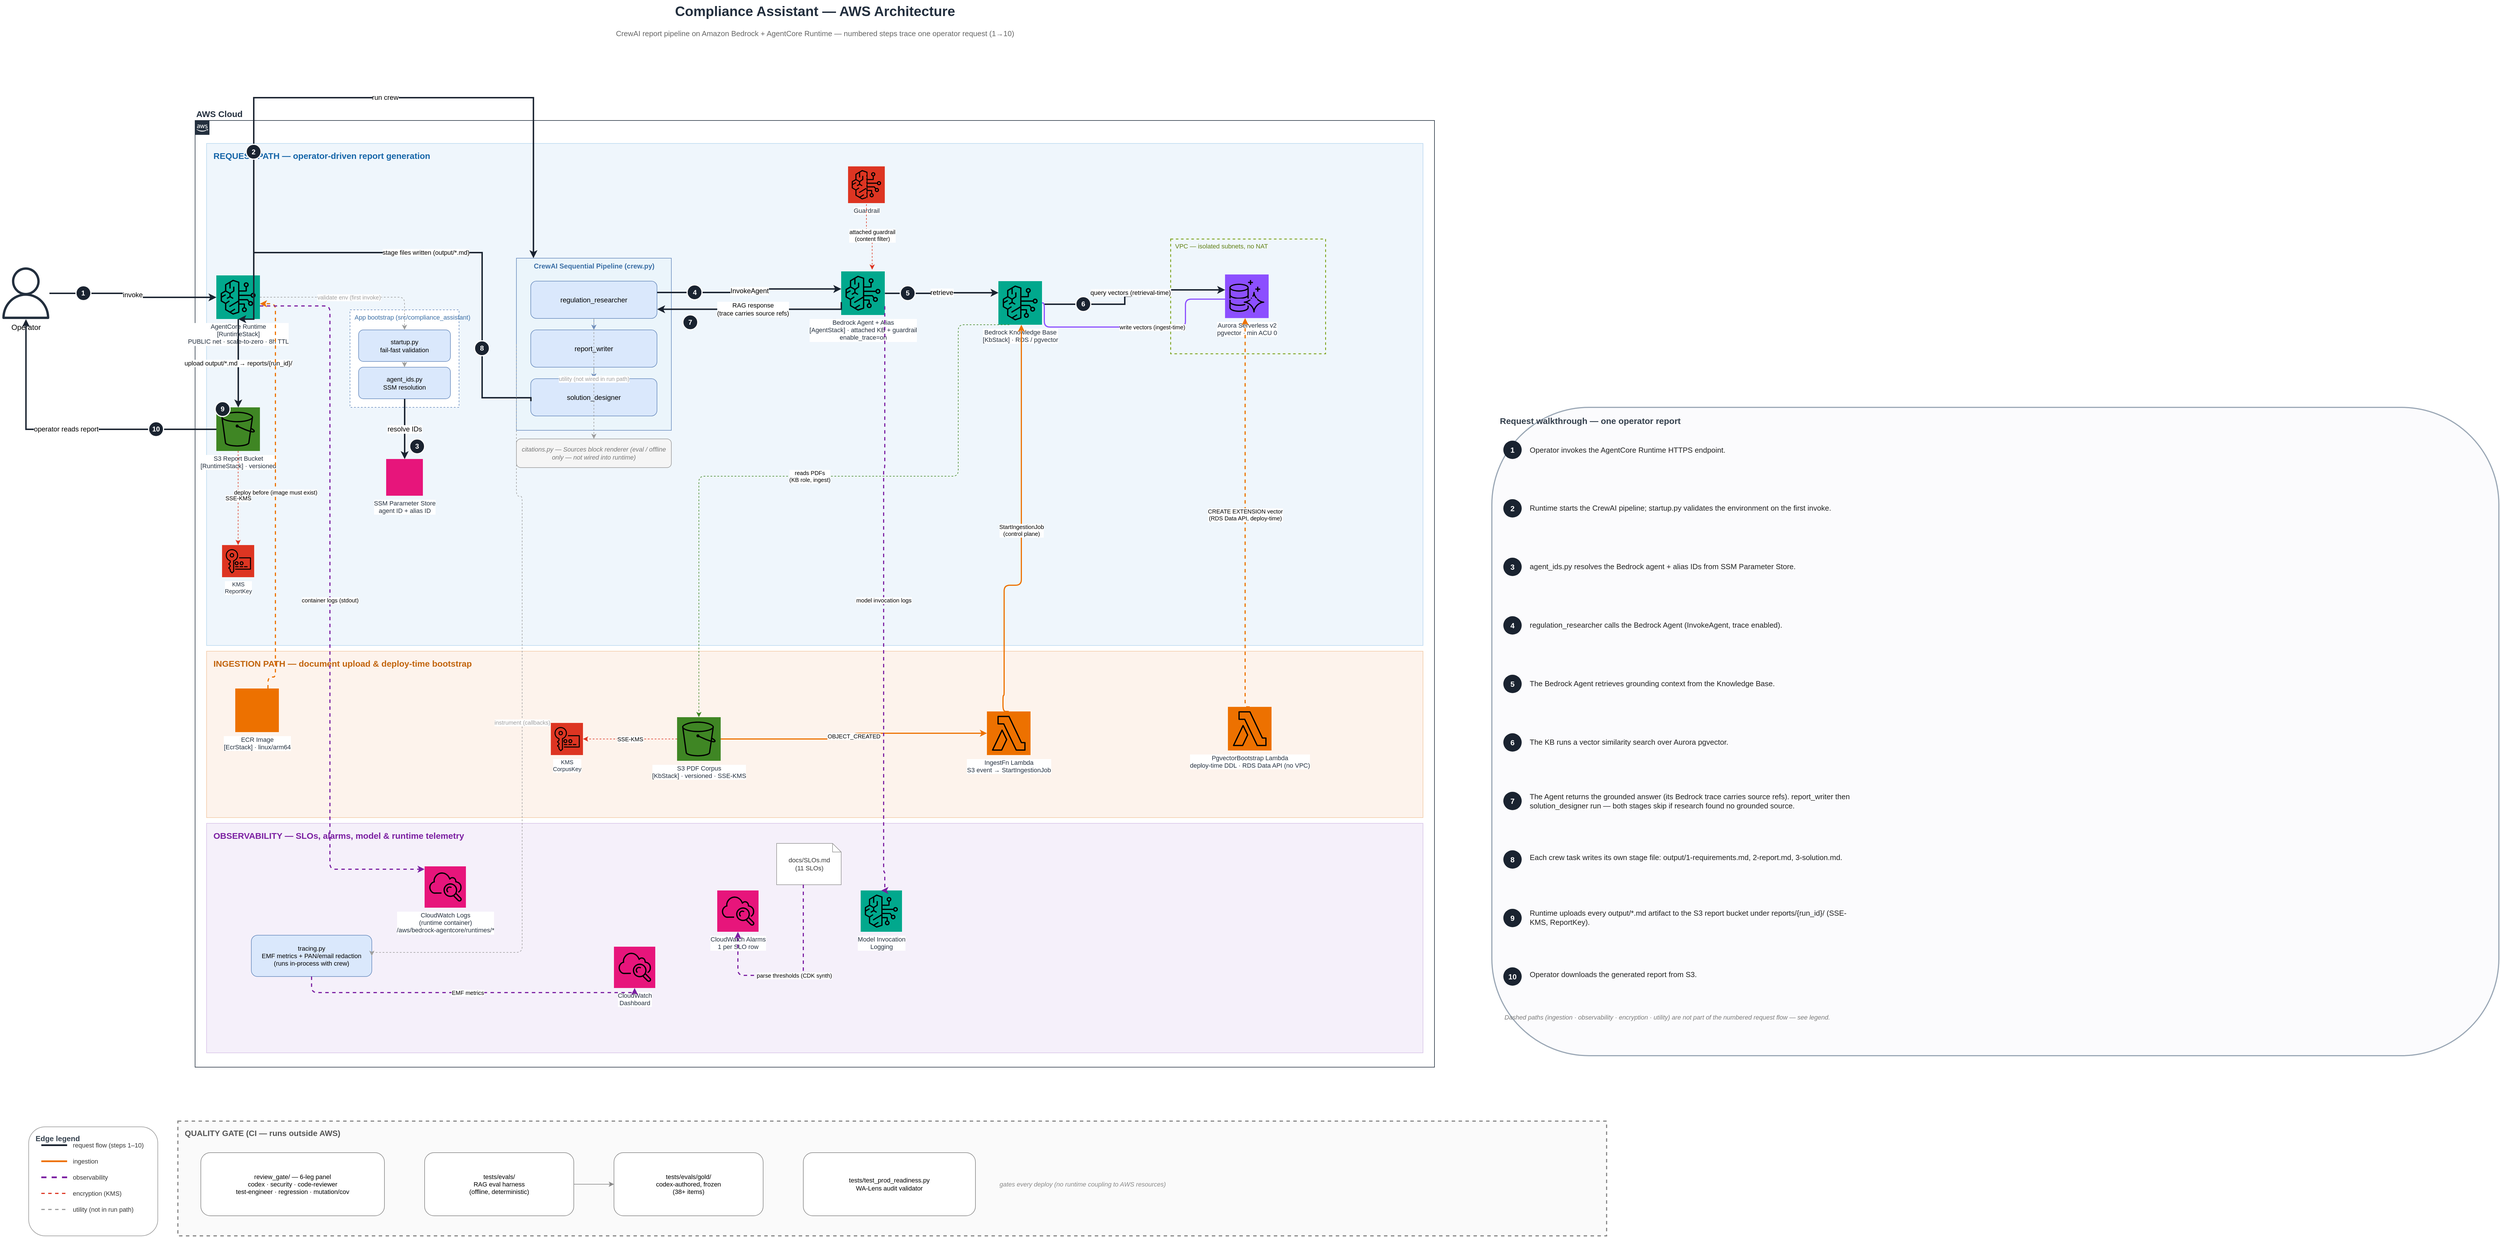
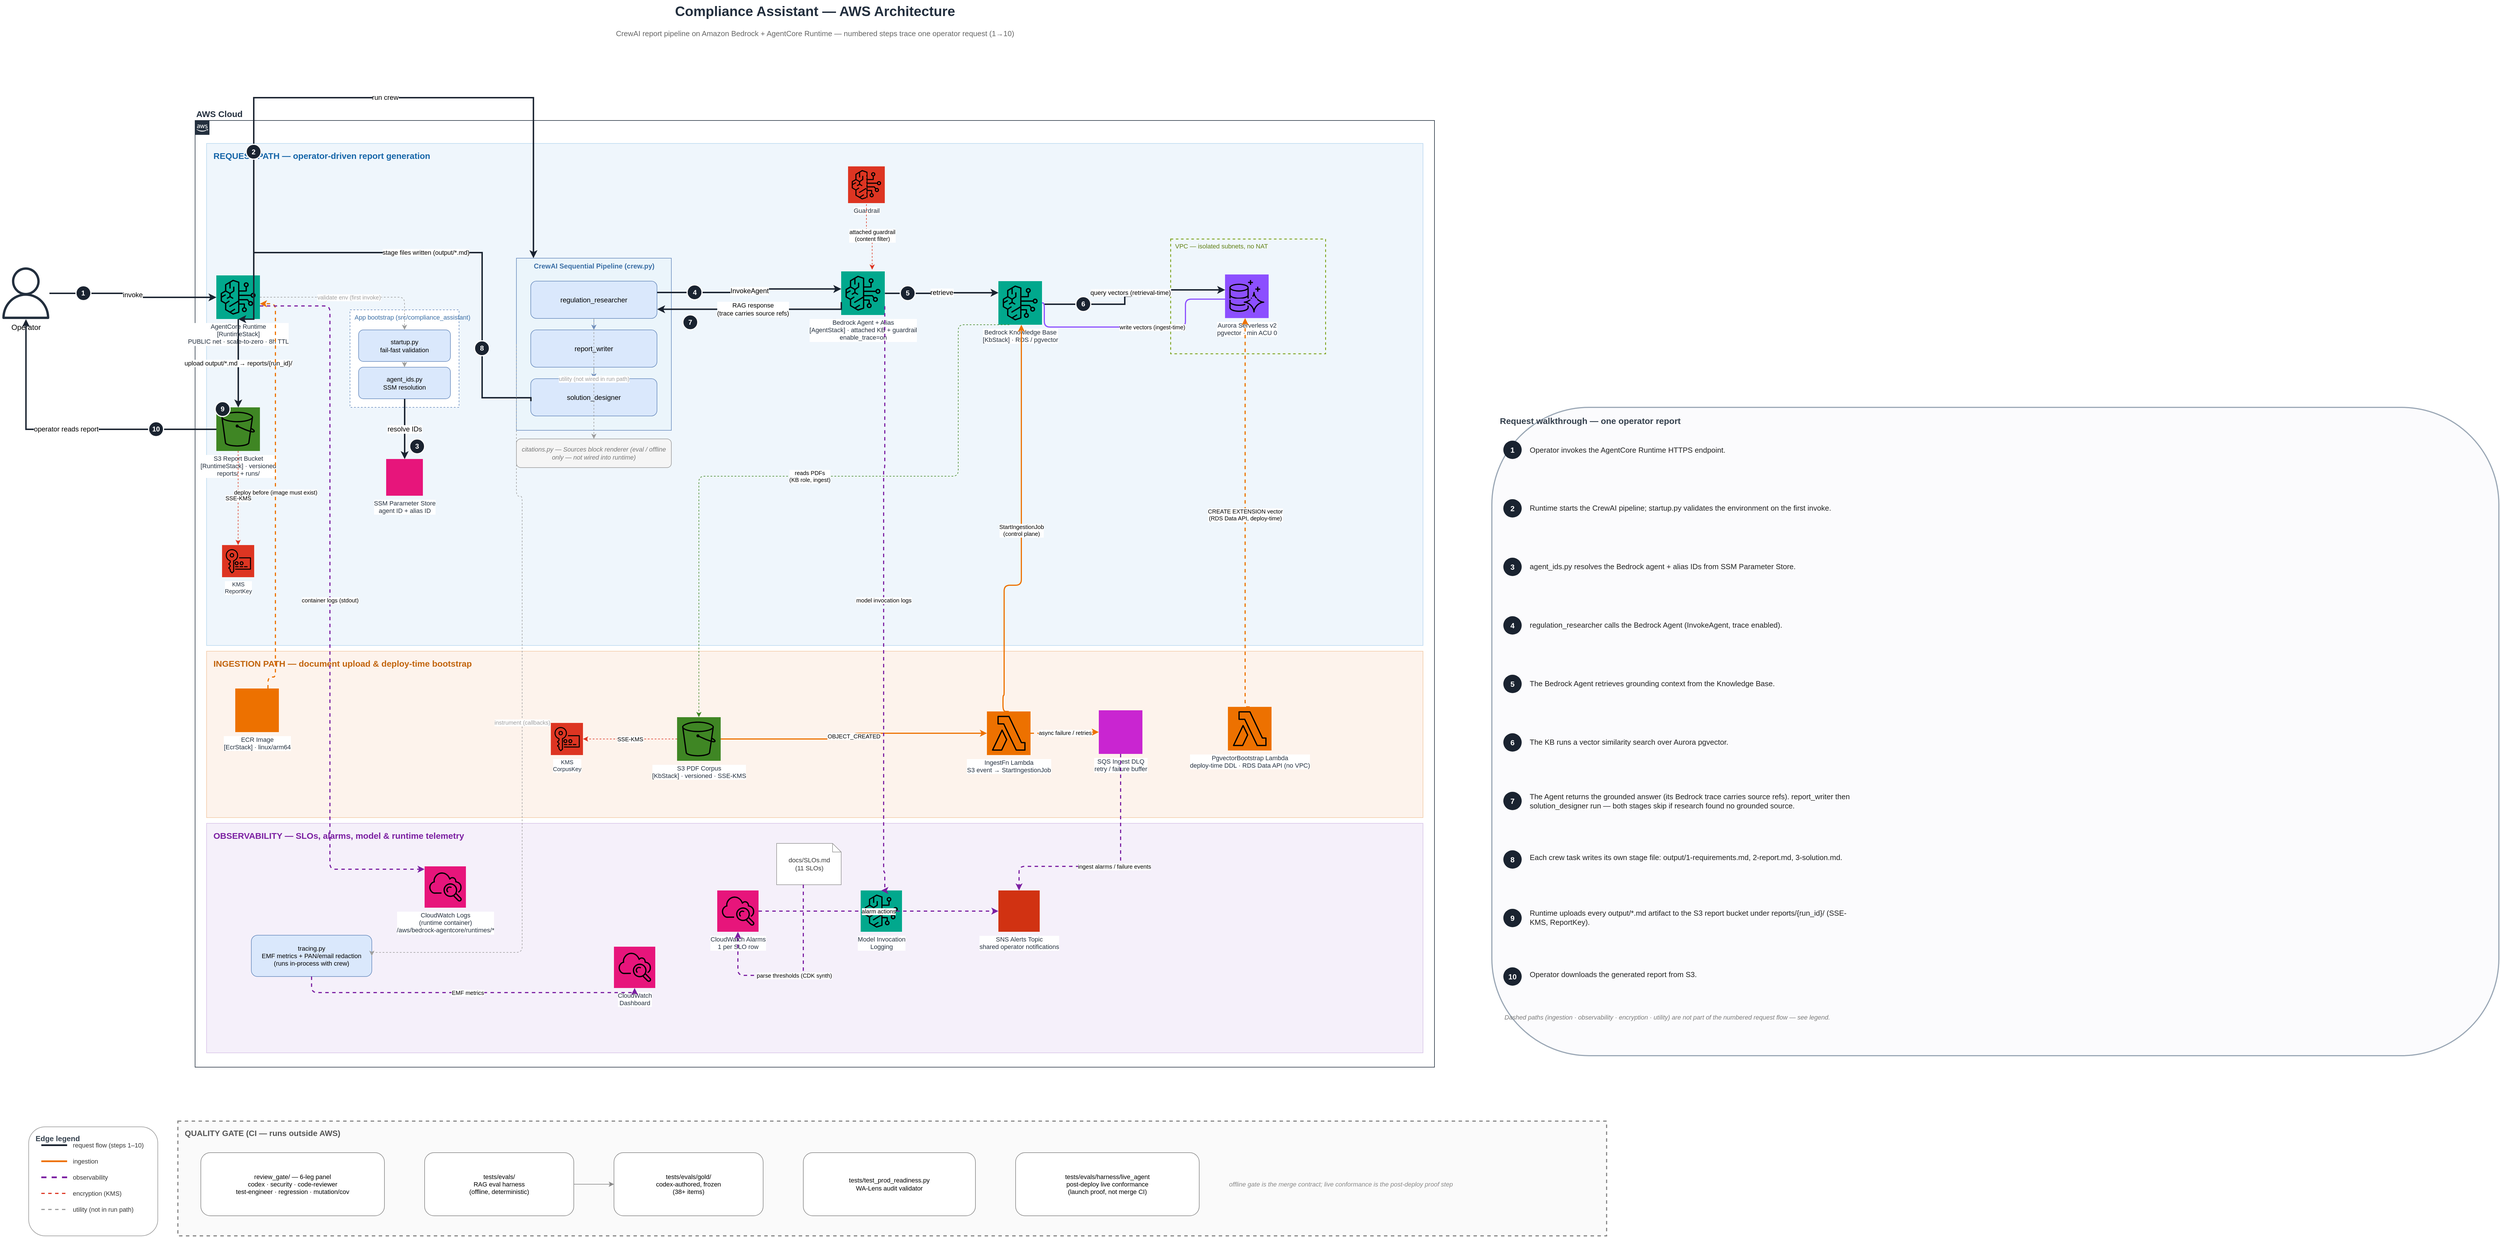
<mxfile host="Electron" agent="Mozilla/5.0 (Windows NT 10.0; Win64; x64) AppleWebKit/537.36 (KHTML, like Gecko) draw.io/29.0.3 Chrome/140.0.7339.249 Electron/38.7.0 Safari/537.36" version="29.0.3">
  <diagram name="Compliance Assistant — AWS Architecture" id="0">
    <mxGraphModel dx="7430" dy="3964" grid="1" gridSize="10" guides="1" tooltips="1" connect="1" arrows="1" fold="1" page="1" pageScale="1" pageWidth="2820" pageHeight="1560" math="0" shadow="0">
      <root>
        <mxCell id="0" />
        <mxCell id="1" parent="0" />
        <mxCell id="title" value="Compliance Assistant — AWS Architecture" style="text;html=1;align=center;verticalAlign=middle;fontSize=24;fontStyle=1;fontColor=#232F3E;" parent="1" vertex="1">
          <mxGeometry x="-740" y="610" width="1000" height="40" as="geometry" />
        </mxCell>
        <mxCell id="subtitle" value="CrewAI report pipeline on Amazon Bedrock + AgentCore Runtime — numbered steps trace one operator request (1→10)" style="text;html=1;align=center;verticalAlign=middle;fontSize=13;fontColor=#666666;" parent="1" vertex="1">
          <mxGeometry x="-790" y="656" width="1100" height="24" as="geometry" />
        </mxCell>
        <mxCell id="cloud" value="AWS Cloud" style="shape=mxgraph.aws4.group;grIcon=mxgraph.aws4.group_aws_cloud_alt;strokeColor=#232F3E;fillColor=none;verticalLabelPosition=top;verticalAlign=bottom;align=left;html=1;fontSize=15;fontStyle=1;fontColor=#232F3E;dashed=0;" parent="1" vertex="1">
          <mxGeometry x="-1320" y="820" width="2160" height="1650" as="geometry" />
        </mxCell>
        <mxCell id="band2" value="INGESTION PATH — document upload &amp; deploy-time bootstrap" style="rounded=0;html=1;fillColor=#FDF3EC;strokeColor=#F3CBA8;dashed=0;verticalAlign=top;align=left;fontSize=15;fontStyle=1;fontColor=#C2640C;spacingLeft=10;spacingTop=6;" parent="1" vertex="1">
          <mxGeometry x="-1300" y="1745" width="2120" height="290" as="geometry" />
        </mxCell>
        <mxCell id="band3" value="OBSERVABILITY — SLOs, alarms, model &amp; runtime telemetry" style="rounded=0;html=1;fillColor=#F5F0FA;strokeColor=#D8C4E8;dashed=0;verticalAlign=top;align=left;fontSize=15;fontStyle=1;fontColor=#7B1FA2;spacingLeft=10;spacingTop=6;" parent="1" vertex="1">
          <mxGeometry x="-1300" y="2045" width="2120" height="400" as="geometry" />
        </mxCell>
        <mxCell id="band1" value="REQUEST PATH — operator-driven report generation" style="rounded=0;html=1;fillColor=#EFF6FC;strokeColor=#BBD9F0;dashed=0;verticalAlign=top;align=left;fontSize=15;fontStyle=1;fontColor=#1565A8;spacingLeft=10;spacingTop=6;" parent="1" vertex="1">
          <mxGeometry x="-1300" y="860" width="2120" height="875" as="geometry" />
        </mxCell>
        <mxCell id="op" value="Operator" style="shape=mxgraph.aws4.user;sketch=0;html=1;pointerEvents=1;dashed=0;fillColor=#232F3E;strokeColor=none;verticalLabelPosition=bottom;verticalAlign=top;align=center;outlineConnect=0;fontSize=13;" parent="1" vertex="1">
          <mxGeometry x="-1660" y="1076" width="90" height="90" as="geometry" />
        </mxCell>
-         <mxCell id="s3-report" value="S3 Report Bucket&#xa;[RuntimeStack] · versioned" style="outlineConnect=0;fontColor=#232F3E;strokeColor=none;fillColor=#3F8624;labelBackgroundColor=#ffffff;align=center;html=1;fontSize=11;aspect=fixed;shape=mxgraph.aws4.resourceIcon;resIcon=mxgraph.aws4.s3;verticalLabelPosition=bottom;verticalAlign=top;" parent="1" vertex="1">
+         <mxCell id="s3-report" value="S3 Report Bucket&#xa;[RuntimeStack] · versioned&#xa;reports/ + runs/" style="outlineConnect=0;fontColor=#232F3E;strokeColor=none;fillColor=#3F8624;labelBackgroundColor=#ffffff;align=center;html=1;fontSize=11;aspect=fixed;shape=mxgraph.aws4.resourceIcon;resIcon=mxgraph.aws4.s3;verticalLabelPosition=bottom;verticalAlign=top;" parent="1" vertex="1">
          <mxGeometry x="-1283" y="1320" width="76" height="76" as="geometry" />
        </mxCell>
        <mxCell id="ac-runtime" value="AgentCore Runtime&#xa;[RuntimeStack]&#xa;PUBLIC net · scale-to-zero · 8h TTL" style="outlineConnect=0;fontColor=#232F3E;strokeColor=none;fillColor=#01A88D;labelBackgroundColor=#ffffff;align=center;html=1;fontSize=11;aspect=fixed;shape=mxgraph.aws4.resourceIcon;resIcon=mxgraph.aws4.bedrock;verticalLabelPosition=bottom;verticalAlign=top;" parent="1" vertex="1">
          <mxGeometry x="-1283" y="1090" width="76" height="76" as="geometry" />
        </mxCell>
        <mxCell id="report-kms" value="KMS&#xa;ReportKey" style="outlineConnect=0;fontColor=#232F3E;strokeColor=none;fillColor=#DD3522;labelBackgroundColor=#ffffff;align=center;html=1;fontSize=10;aspect=fixed;shape=mxgraph.aws4.resourceIcon;resIcon=mxgraph.aws4.key_management_service;verticalLabelPosition=bottom;verticalAlign=top;" parent="1" vertex="1">
          <mxGeometry x="-1273" y="1560" width="56" height="56" as="geometry" />
        </mxCell>
        <mxCell id="boot-box" value="App bootstrap (src/compliance_assistant)" style="rounded=0;html=1;container=1;collapsible=0;verticalAlign=top;align=left;fillColor=#ffffff;dashed=1;strokeColor=#6c8ebf;fontSize=11;fontColor=#3A6EA5;spacingLeft=6;" parent="1" vertex="1">
          <mxGeometry x="-1050" y="1150" width="190" height="170" as="geometry" />
        </mxCell>
        <mxCell id="startup" value="startup.py&#xa;fail-fast validation" style="rounded=1;whiteSpace=wrap;html=1;fillColor=#dae8fc;strokeColor=#6c8ebf;fontSize=11;" parent="boot-box" vertex="1">
          <mxGeometry x="15" y="35" width="160" height="55" as="geometry" />
        </mxCell>
        <mxCell id="agent-ids" value="agent_ids.py&#xa;SSM resolution" style="rounded=1;whiteSpace=wrap;html=1;fillColor=#dae8fc;strokeColor=#6c8ebf;fontSize=11;" parent="boot-box" vertex="1">
          <mxGeometry x="15" y="100" width="160" height="55" as="geometry" />
        </mxCell>
        <mxCell id="e-boot" value="" style="edgeStyle=orthogonalEdgeStyle;html=1;strokeColor=#9E9E9E;dashed=1;" parent="1" source="startup" target="agent-ids" edge="1">
          <mxGeometry relative="1" as="geometry" />
        </mxCell>
        <mxCell id="ssm" value="SSM Parameter Store&#xa;agent ID + alias ID" style="outlineConnect=0;fontColor=#232F3E;strokeColor=none;fillColor=#E7157B;labelBackgroundColor=#ffffff;align=center;html=1;fontSize=11;aspect=fixed;shape=mxgraph.aws4.resourceIcon;resIcon=mxgraph.aws4.systems_manager_parameter_store;verticalLabelPosition=bottom;verticalAlign=top;" parent="1" vertex="1">
          <mxGeometry x="-987" y="1410" width="64" height="64" as="geometry" />
        </mxCell>
        <mxCell id="crew-box" value="CrewAI Sequential Pipeline (crew.py)" style="rounded=0;html=1;container=1;collapsible=0;verticalAlign=top;align=center;fillColor=#EBF5FB;strokeColor=#6c8ebf;fontSize=12;fontStyle=1;fontColor=#3A6EA5;" parent="1" vertex="1">
          <mxGeometry x="-760" y="1060" width="270" height="300" as="geometry" />
        </mxCell>
        <mxCell id="agent-researcher" value="regulation_researcher" style="rounded=1;whiteSpace=wrap;html=1;fillColor=#dae8fc;strokeColor=#6c8ebf;fontSize=12;" parent="crew-box" vertex="1">
          <mxGeometry x="25" y="40" width="220" height="65" as="geometry" />
        </mxCell>
        <mxCell id="agent-writer" value="report_writer" style="rounded=1;whiteSpace=wrap;html=1;fillColor=#dae8fc;strokeColor=#6c8ebf;fontSize=12;" parent="crew-box" vertex="1">
          <mxGeometry x="25" y="125" width="220" height="65" as="geometry" />
        </mxCell>
        <mxCell id="agent-designer" value="solution_designer" style="rounded=1;whiteSpace=wrap;html=1;fillColor=#dae8fc;strokeColor=#6c8ebf;fontSize=12;" parent="crew-box" vertex="1">
          <mxGeometry x="25" y="210" width="220" height="65" as="geometry" />
        </mxCell>
        <mxCell id="ea" value="" style="edgeStyle=orthogonalEdgeStyle;html=1;strokeColor=#6c8ebf;" parent="crew-box" source="agent-researcher" target="agent-writer" edge="1">
          <mxGeometry relative="1" as="geometry" />
        </mxCell>
        <mxCell id="eb" value="" style="edgeStyle=orthogonalEdgeStyle;html=1;strokeColor=#6c8ebf;" parent="crew-box" source="agent-writer" target="agent-designer" edge="1">
          <mxGeometry relative="1" as="geometry" />
        </mxCell>
        <mxCell id="citations" value="citations.py — Sources block renderer  (eval / offline only — not wired into runtime)" style="rounded=1;whiteSpace=wrap;html=1;fillColor=#f5f5f5;strokeColor=#9E9E9E;fontColor=#777777;fontSize=11;fontStyle=2;" parent="1" vertex="1">
          <mxGeometry x="-760" y="1375" width="270" height="50" as="geometry" />
        </mxCell>
        <mxCell id="br-agent" value="Bedrock Agent + Alias&#xa;[AgentStack] · attached KB + guardrail&#xa;enable_trace=on" style="outlineConnect=0;fontColor=#232F3E;strokeColor=none;fillColor=#01A88D;labelBackgroundColor=#ffffff;align=center;html=1;fontSize=11;aspect=fixed;shape=mxgraph.aws4.resourceIcon;resIcon=mxgraph.aws4.bedrock;verticalLabelPosition=bottom;verticalAlign=top;" parent="1" vertex="1">
          <mxGeometry x="-194" y="1083" width="76" height="76" as="geometry" />
        </mxCell>
        <mxCell id="br-guardrail" value="Guardrail" style="outlineConnect=0;fontColor=#232F3E;strokeColor=none;fillColor=#DD3522;labelBackgroundColor=#ffffff;align=center;html=1;fontSize=11;aspect=fixed;shape=mxgraph.aws4.resourceIcon;resIcon=mxgraph.aws4.bedrock;verticalLabelPosition=bottom;verticalAlign=top;" parent="1" vertex="1">
          <mxGeometry x="-182" y="900" width="64" height="64" as="geometry" />
        </mxCell>
        <mxCell id="br-kb" value="Bedrock Knowledge Base&#xa;[KbStack] · RDS / pgvector" style="outlineConnect=0;fontColor=#232F3E;strokeColor=none;fillColor=#01A88D;labelBackgroundColor=#ffffff;align=center;html=1;fontSize=11;aspect=fixed;shape=mxgraph.aws4.resourceIcon;resIcon=mxgraph.aws4.bedrock;verticalLabelPosition=bottom;verticalAlign=top;" parent="1" vertex="1">
          <mxGeometry x="80" y="1100" width="76" height="76" as="geometry" />
        </mxCell>
        <mxCell id="vpc-group" value="VPC — isolated subnets, no NAT" style="rounded=0;html=1;container=1;collapsible=0;verticalAlign=top;align=left;fillColor=none;dashed=1;strokeColor=#7AA116;strokeWidth=1.5;fontColor=#5F7F12;fontSize=11;spacingLeft=6;" parent="1" vertex="1">
          <mxGeometry x="380" y="1026.4" width="270" height="200" as="geometry" />
        </mxCell>
        <mxCell id="aurora" value="Aurora Serverless v2&#xa;pgvector · min ACU 0" style="outlineConnect=0;fontColor=#232F3E;strokeColor=none;fillColor=#8C4FFF;labelBackgroundColor=#ffffff;align=center;html=1;fontSize=11;aspect=fixed;shape=mxgraph.aws4.resourceIcon;resIcon=mxgraph.aws4.aurora;verticalLabelPosition=bottom;verticalAlign=top;" parent="vpc-group" vertex="1">
          <mxGeometry x="95" y="62" width="76" height="76" as="geometry" />
        </mxCell>
        <mxCell id="ecr" value="ECR Image&#xa;[EcrStack] · linux/arm64" style="outlineConnect=0;fontColor=#232F3E;strokeColor=none;fillColor=#ED7100;labelBackgroundColor=#ffffff;align=center;html=1;fontSize=11;aspect=fixed;shape=mxgraph.aws4.resourceIcon;resIcon=mxgraph.aws4.elastic_container_registry;verticalLabelPosition=bottom;verticalAlign=top;" parent="1" vertex="1">
          <mxGeometry x="-1250" y="1810" width="76" height="76" as="geometry" />
        </mxCell>
        <mxCell id="corpus-kms" value="KMS&#xa;CorpusKey" style="outlineConnect=0;fontColor=#232F3E;strokeColor=none;fillColor=#DD3522;labelBackgroundColor=#ffffff;align=center;html=1;fontSize=10;aspect=fixed;shape=mxgraph.aws4.resourceIcon;resIcon=mxgraph.aws4.key_management_service;verticalLabelPosition=bottom;verticalAlign=top;" parent="1" vertex="1">
          <mxGeometry x="-700" y="1870" width="56" height="56" as="geometry" />
        </mxCell>
        <mxCell id="s3-corpus" value="S3 PDF Corpus&#xa;[KbStack] · versioned · SSE-KMS" style="outlineConnect=0;fontColor=#232F3E;strokeColor=none;fillColor=#3F8624;labelBackgroundColor=#ffffff;align=center;html=1;fontSize=11;aspect=fixed;shape=mxgraph.aws4.resourceIcon;resIcon=mxgraph.aws4.s3;verticalLabelPosition=bottom;verticalAlign=top;" parent="1" vertex="1">
          <mxGeometry x="-480" y="1860" width="76" height="76" as="geometry" />
        </mxCell>
        <mxCell id="ingest-fn" value="IngestFn Lambda&#xa;S3 event → StartIngestionJob" style="outlineConnect=0;fontColor=#232F3E;strokeColor=none;fillColor=#ED7100;labelBackgroundColor=#ffffff;align=center;html=1;fontSize=11;aspect=fixed;shape=mxgraph.aws4.resourceIcon;resIcon=mxgraph.aws4.lambda;verticalLabelPosition=bottom;verticalAlign=top;" parent="1" vertex="1">
          <mxGeometry x="60" y="1850" width="76" height="76" as="geometry" />
        </mxCell>
+         <mxCell id="ingest-dlq" value="SQS Ingest DLQ&#xa;retry / failure buffer" style="outlineConnect=0;fontColor=#232F3E;strokeColor=none;fillColor=#C925D1;labelBackgroundColor=#ffffff;align=center;html=1;fontSize=11;aspect=fixed;shape=mxgraph.aws4.resourceIcon;resIcon=mxgraph.aws4.simple_queue_service;verticalLabelPosition=bottom;verticalAlign=top;" parent="1" vertex="1">
+           <mxGeometry x="255" y="1848" width="76" height="76" as="geometry" />
+         </mxCell>
        <mxCell id="pgvector-boot" value="PgvectorBootstrap Lambda&#xa;deploy-time DDL · RDS Data API (no VPC)" style="outlineConnect=0;fontColor=#232F3E;strokeColor=none;fillColor=#ED7100;labelBackgroundColor=#ffffff;align=center;html=1;fontSize=11;aspect=fixed;shape=mxgraph.aws4.resourceIcon;resIcon=mxgraph.aws4.lambda;verticalLabelPosition=bottom;verticalAlign=top;" parent="1" vertex="1">
          <mxGeometry x="480" y="1842" width="76" height="76" as="geometry" />
        </mxCell>
        <mxCell id="slos-doc" value="docs/SLOs.md&#xa;(11 SLOs)" style="shape=note;whiteSpace=wrap;html=1;backgroundOutline=1;size=15;fillColor=#ffffff;strokeColor=#999999;fontColor=#333333;fontSize=11;align=center;" parent="1" vertex="1">
          <mxGeometry x="-306.5" y="2080" width="112.5" height="72" as="geometry" />
        </mxCell>
        <mxCell id="tracing" value="tracing.py&#xa;EMF metrics + PAN/email redaction&#xa;(runs in-process with crew)" style="rounded=1;whiteSpace=wrap;html=1;fillColor=#dae8fc;strokeColor=#6c8ebf;fontSize=11;" parent="1" vertex="1">
          <mxGeometry x="-1222" y="2240" width="210" height="72" as="geometry" />
        </mxCell>
        <mxCell id="ac-obs" value="CloudWatch Logs&#xa;(runtime container)&#xa;/aws/bedrock-agentcore/runtimes/*" style="outlineConnect=0;fontColor=#232F3E;strokeColor=none;fillColor=#E7157B;labelBackgroundColor=#ffffff;align=center;html=1;fontSize=11;aspect=fixed;shape=mxgraph.aws4.resourceIcon;resIcon=mxgraph.aws4.cloudwatch;verticalLabelPosition=bottom;verticalAlign=top;" parent="1" vertex="1">
          <mxGeometry x="-920" y="2120" width="72" height="72" as="geometry" />
        </mxCell>
        <mxCell id="cw-dash" value="CloudWatch&#xa;Dashboard" style="outlineConnect=0;fontColor=#232F3E;strokeColor=none;fillColor=#E7157B;labelBackgroundColor=#ffffff;align=center;html=1;fontSize=11;aspect=fixed;shape=mxgraph.aws4.resourceIcon;resIcon=mxgraph.aws4.cloudwatch;verticalLabelPosition=bottom;verticalAlign=top;" parent="1" vertex="1">
          <mxGeometry x="-590" y="2260" width="72" height="72" as="geometry" />
        </mxCell>
        <mxCell id="cw-alarms" value="CloudWatch Alarms&#xa;1 per SLO row" style="outlineConnect=0;fontColor=#232F3E;strokeColor=none;fillColor=#E7157B;labelBackgroundColor=#ffffff;align=center;html=1;fontSize=11;aspect=fixed;shape=mxgraph.aws4.resourceIcon;resIcon=mxgraph.aws4.cloudwatch;verticalLabelPosition=bottom;verticalAlign=top;" parent="1" vertex="1">
          <mxGeometry x="-410" y="2162" width="72" height="72" as="geometry" />
        </mxCell>
        <mxCell id="mil" value="Model Invocation&#xa;Logging" style="outlineConnect=0;fontColor=#232F3E;strokeColor=none;fillColor=#01A88D;labelBackgroundColor=#ffffff;align=center;html=1;fontSize=11;aspect=fixed;shape=mxgraph.aws4.resourceIcon;resIcon=mxgraph.aws4.bedrock;verticalLabelPosition=bottom;verticalAlign=top;" parent="1" vertex="1">
          <mxGeometry x="-160" y="2162" width="72" height="72" as="geometry" />
        </mxCell>
+         <mxCell id="sns-topic" value="SNS Alerts Topic&#xa;shared operator notifications" style="outlineConnect=0;fontColor=#232F3E;strokeColor=none;fillColor=#D13212;labelBackgroundColor=#ffffff;align=center;html=1;fontSize=11;aspect=fixed;shape=mxgraph.aws4.resourceIcon;resIcon=mxgraph.aws4.simple_notification_service;verticalLabelPosition=bottom;verticalAlign=top;" parent="1" vertex="1">
+           <mxGeometry x="80" y="2162" width="72" height="72" as="geometry" />
+         </mxCell>
        <mxCell id="ci-box" value="QUALITY GATE  (CI — runs outside AWS)" style="rounded=0;html=1;container=1;collapsible=0;verticalAlign=top;align=left;fillColor=#FAFAFA;dashed=1;strokeColor=#888888;strokeWidth=2;fontSize=14;fontStyle=1;fontColor=#555555;spacingLeft=10;spacingTop=6;" parent="1" vertex="1">
          <mxGeometry x="-1350" y="2564" width="2490" height="200" as="geometry" />
        </mxCell>
        <mxCell id="review-gate" value="review_gate/ — 6-leg panel&#xa;codex · security · code-reviewer&#xa;test-engineer · regression · mutation/cov" style="rounded=1;whiteSpace=wrap;html=1;fillColor=#ffffff;strokeColor=#888888;fontSize=11;" parent="ci-box" vertex="1">
          <mxGeometry x="40" y="55" width="320" height="110" as="geometry" />
        </mxCell>
        <mxCell id="evals" value="tests/evals/&#xa;RAG eval harness&#xa;(offline, deterministic)" style="rounded=1;whiteSpace=wrap;html=1;fillColor=#ffffff;strokeColor=#888888;fontSize=11;" parent="ci-box" vertex="1">
          <mxGeometry x="430" y="55" width="260" height="110" as="geometry" />
        </mxCell>
        <mxCell id="gold-set" value="tests/evals/gold/&#xa;codex-authored, frozen&#xa;(38+ items)" style="rounded=1;whiteSpace=wrap;html=1;fillColor=#ffffff;strokeColor=#888888;fontSize=11;" parent="ci-box" vertex="1">
          <mxGeometry x="760" y="55" width="260" height="110" as="geometry" />
        </mxCell>
        <mxCell id="prod-readiness" value="tests/test_prod_readiness.py&#xa;WA-Lens audit validator" style="rounded=1;whiteSpace=wrap;html=1;fillColor=#ffffff;strokeColor=#888888;fontSize=11;" parent="ci-box" vertex="1">
          <mxGeometry x="1090" y="55" width="300" height="110" as="geometry" />
        </mxCell>
+         <mxCell id="live-conformance" value="tests/evals/harness/live_agent&#xa;post-deploy live conformance&#xa;(launch proof, not merge CI)" style="rounded=1;whiteSpace=wrap;html=1;fillColor=#ffffff;strokeColor=#888888;fontSize=11;" parent="ci-box" vertex="1">
+           <mxGeometry x="1460" y="55" width="320" height="110" as="geometry" />
+         </mxCell>
        <mxCell id="e-evals-gold" value="" style="edgeStyle=orthogonalEdgeStyle;html=1;strokeColor=#888888;" parent="ci-box" source="evals" target="gold-set" edge="1">
          <mxGeometry relative="1" as="geometry" />
        </mxCell>
-         <mxCell id="ci-note" value="gates every deploy  (no runtime coupling to AWS resources)" style="text;html=1;align=left;verticalAlign=middle;fontSize=11;fontColor=#888888;fontStyle=2;" parent="ci-box" vertex="1">
-           <mxGeometry x="1430" y="95" width="520" height="30" as="geometry" />
+         <mxCell id="ci-note" value="offline gate is the merge contract; live conformance is the post-deploy proof step" style="text;html=1;align=left;verticalAlign=middle;fontSize=11;fontColor=#888888;fontStyle=2;" parent="ci-box" vertex="1">
+           <mxGeometry x="1830" y="95" width="600" height="30" as="geometry" />
        </mxCell>
        <mxCell id="narr-box" value="Request walkthrough — one operator report" style="rounded=1;html=1;container=1;collapsible=0;verticalAlign=top;align=left;fillColor=#FBFBFD;strokeColor=#9AA7B5;strokeWidth=2;fontSize=15;fontStyle=1;fontColor=#34404D;spacingLeft=12;spacingTop=8;" parent="1" vertex="1">
          <mxGeometry x="940" y="1320" width="1755" height="1130" as="geometry" />
        </mxCell>
        <mxCell id="w1" value="1" style="ellipse;whiteSpace=wrap;html=1;fillColor=#1A2330;fontColor=#FFFFFF;fontSize=13;fontStyle=1;strokeColor=none;" parent="narr-box" vertex="1">
          <mxGeometry x="20" y="58" width="32" height="32" as="geometry" />
        </mxCell>
        <mxCell id="wt1" value="Operator invokes the AgentCore Runtime HTTPS endpoint." style="text;html=1;align=left;verticalAlign=middle;whiteSpace=wrap;fontSize=13;fontColor=#222222;" parent="narr-box" vertex="1">
          <mxGeometry x="64" y="52" width="580" height="44" as="geometry" />
        </mxCell>
        <mxCell id="w2" value="2" style="ellipse;whiteSpace=wrap;html=1;fillColor=#1A2330;fontColor=#FFFFFF;fontSize=13;fontStyle=1;strokeColor=none;" parent="narr-box" vertex="1">
          <mxGeometry x="20" y="160" width="32" height="32" as="geometry" />
        </mxCell>
        <mxCell id="wt2" value="Runtime starts the CrewAI pipeline; startup.py validates the environment on the first invoke." style="text;html=1;align=left;verticalAlign=middle;whiteSpace=wrap;fontSize=13;fontColor=#222222;" parent="narr-box" vertex="1">
          <mxGeometry x="64" y="150" width="580" height="50" as="geometry" />
        </mxCell>
        <mxCell id="w3" value="3" style="ellipse;whiteSpace=wrap;html=1;fillColor=#1A2330;fontColor=#FFFFFF;fontSize=13;fontStyle=1;strokeColor=none;" parent="narr-box" vertex="1">
          <mxGeometry x="20" y="262" width="32" height="32" as="geometry" />
        </mxCell>
        <mxCell id="wt3" value="agent_ids.py resolves the Bedrock agent + alias IDs from SSM Parameter Store." style="text;html=1;align=left;verticalAlign=middle;whiteSpace=wrap;fontSize=13;fontColor=#222222;" parent="narr-box" vertex="1">
          <mxGeometry x="64" y="252" width="580" height="50" as="geometry" />
        </mxCell>
        <mxCell id="w4" value="4" style="ellipse;whiteSpace=wrap;html=1;fillColor=#1A2330;fontColor=#FFFFFF;fontSize=13;fontStyle=1;strokeColor=none;" parent="narr-box" vertex="1">
          <mxGeometry x="20" y="364" width="32" height="32" as="geometry" />
        </mxCell>
        <mxCell id="wt4" value="regulation_researcher calls the Bedrock Agent (InvokeAgent, trace enabled)." style="text;html=1;align=left;verticalAlign=middle;whiteSpace=wrap;fontSize=13;fontColor=#222222;" parent="narr-box" vertex="1">
          <mxGeometry x="64" y="354" width="580" height="50" as="geometry" />
        </mxCell>
        <mxCell id="w5" value="5" style="ellipse;whiteSpace=wrap;html=1;fillColor=#1A2330;fontColor=#FFFFFF;fontSize=13;fontStyle=1;strokeColor=none;" parent="narr-box" vertex="1">
          <mxGeometry x="20" y="466" width="32" height="32" as="geometry" />
        </mxCell>
        <mxCell id="wt5" value="The Bedrock Agent retrieves grounding context from the Knowledge Base." style="text;html=1;align=left;verticalAlign=middle;whiteSpace=wrap;fontSize=13;fontColor=#222222;" parent="narr-box" vertex="1">
          <mxGeometry x="64" y="456" width="580" height="50" as="geometry" />
        </mxCell>
        <mxCell id="w6" value="6" style="ellipse;whiteSpace=wrap;html=1;fillColor=#1A2330;fontColor=#FFFFFF;fontSize=13;fontStyle=1;strokeColor=none;" parent="narr-box" vertex="1">
          <mxGeometry x="20" y="568" width="32" height="32" as="geometry" />
        </mxCell>
        <mxCell id="wt6" value="The KB runs a vector similarity search over Aurora pgvector." style="text;html=1;align=left;verticalAlign=middle;whiteSpace=wrap;fontSize=13;fontColor=#222222;" parent="narr-box" vertex="1">
          <mxGeometry x="64" y="558" width="580" height="50" as="geometry" />
        </mxCell>
        <mxCell id="w7" value="7" style="ellipse;whiteSpace=wrap;html=1;fillColor=#1A2330;fontColor=#FFFFFF;fontSize=13;fontStyle=1;strokeColor=none;" parent="narr-box" vertex="1">
          <mxGeometry x="20" y="670" width="32" height="32" as="geometry" />
        </mxCell>
        <mxCell id="wt7" value="The Agent returns the grounded answer (its Bedrock trace carries source refs). report_writer then solution_designer run — both stages skip if research found no grounded source." style="text;html=1;align=left;verticalAlign=middle;whiteSpace=wrap;fontSize=13;fontColor=#222222;" parent="narr-box" vertex="1">
          <mxGeometry x="64" y="652" width="580" height="68" as="geometry" />
        </mxCell>
        <mxCell id="w8" value="8" style="ellipse;whiteSpace=wrap;html=1;fillColor=#1A2330;fontColor=#FFFFFF;fontSize=13;fontStyle=1;strokeColor=none;" parent="narr-box" vertex="1">
          <mxGeometry x="20" y="772" width="32" height="32" as="geometry" />
        </mxCell>
        <mxCell id="wt8" value="Each crew task writes its own stage file: output/1-requirements.md, 2-report.md, 3-solution.md." style="text;html=1;align=left;verticalAlign=middle;whiteSpace=wrap;fontSize=13;fontColor=#222222;" parent="narr-box" vertex="1">
          <mxGeometry x="64" y="756" width="580" height="56" as="geometry" />
        </mxCell>
        <mxCell id="w9" value="9" style="ellipse;whiteSpace=wrap;html=1;fillColor=#1A2330;fontColor=#FFFFFF;fontSize=13;fontStyle=1;strokeColor=none;" parent="narr-box" vertex="1">
          <mxGeometry x="20" y="874" width="32" height="32" as="geometry" />
        </mxCell>
        <mxCell id="wt9" value="Runtime uploads every output/*.md artifact to the S3 report bucket under reports/{run_id}/ (SSE-KMS, ReportKey)." style="text;html=1;align=left;verticalAlign=middle;whiteSpace=wrap;fontSize=13;fontColor=#222222;" parent="narr-box" vertex="1">
          <mxGeometry x="64" y="858" width="580" height="62" as="geometry" />
        </mxCell>
        <mxCell id="w10" value="10" style="ellipse;whiteSpace=wrap;html=1;fillColor=#1A2330;fontColor=#FFFFFF;fontSize=13;fontStyle=1;strokeColor=none;" parent="narr-box" vertex="1">
          <mxGeometry x="20" y="976" width="32" height="32" as="geometry" />
        </mxCell>
        <mxCell id="wt10" value="Operator downloads the generated report from S3." style="text;html=1;align=left;verticalAlign=middle;whiteSpace=wrap;fontSize=13;fontColor=#222222;" parent="narr-box" vertex="1">
          <mxGeometry x="64" y="966" width="580" height="44" as="geometry" />
        </mxCell>
        <mxCell id="narr-foot" value="Dashed paths (ingestion · observability · encryption · utility) are not part of the numbered request flow — see legend." style="text;html=1;align=left;verticalAlign=top;fontSize=11;fontColor=#7A7A7A;fontStyle=2;" parent="narr-box" vertex="1">
          <mxGeometry x="20" y="1050" width="620" height="60" as="geometry" />
        </mxCell>
        <mxCell id="legend-box" value="Edge legend" style="rounded=1;html=1;fillColor=#ffffff;strokeColor=#999999;fontSize=13;fontStyle=1;align=left;verticalAlign=top;spacingLeft=10;spacingTop=6;fontColor=#34404D;" parent="1" vertex="1">
          <mxGeometry x="-1610" y="2574" width="225" height="190" as="geometry" />
        </mxCell>
        <mxCell id="lg-s1" style="endArrow=none;html=1;strokeColor=#1A2330;strokeWidth=3;" parent="1" edge="1">
          <mxGeometry relative="1" as="geometry">
            <mxPoint x="-1588" y="2606" as="sourcePoint" />
            <mxPoint x="-1543" y="2606" as="targetPoint" />
          </mxGeometry>
        </mxCell>
        <mxCell id="lg-t1" value="request flow (steps 1–10)" style="text;html=1;align=left;verticalAlign=middle;fontSize=11;fontColor=#333333;" parent="1" vertex="1">
          <mxGeometry x="-1535" y="2596" width="150" height="20" as="geometry" />
        </mxCell>
        <mxCell id="lg-s2" style="endArrow=none;html=1;strokeColor=#ED7100;strokeWidth=3;" parent="1" edge="1">
          <mxGeometry relative="1" as="geometry">
            <mxPoint x="-1588" y="2634" as="sourcePoint" />
            <mxPoint x="-1543" y="2634" as="targetPoint" />
          </mxGeometry>
        </mxCell>
        <mxCell id="lg-t2" value="ingestion" style="text;html=1;align=left;verticalAlign=middle;fontSize=11;fontColor=#333333;" parent="1" vertex="1">
          <mxGeometry x="-1535" y="2624" width="150" height="20" as="geometry" />
        </mxCell>
        <mxCell id="lg-s3" style="endArrow=none;html=1;strokeColor=#7B1FA2;strokeWidth=3;dashed=1;" parent="1" edge="1">
          <mxGeometry relative="1" as="geometry">
            <mxPoint x="-1588" y="2662" as="sourcePoint" />
            <mxPoint x="-1543" y="2662" as="targetPoint" />
          </mxGeometry>
        </mxCell>
        <mxCell id="lg-t3" value="observability" style="text;html=1;align=left;verticalAlign=middle;fontSize=11;fontColor=#333333;" parent="1" vertex="1">
          <mxGeometry x="-1535" y="2652" width="150" height="20" as="geometry" />
        </mxCell>
        <mxCell id="lg-s4" style="endArrow=none;html=1;strokeColor=#DD3522;strokeWidth=2;dashed=1;" parent="1" edge="1">
          <mxGeometry relative="1" as="geometry">
            <mxPoint x="-1588" y="2690" as="sourcePoint" />
            <mxPoint x="-1543" y="2690" as="targetPoint" />
          </mxGeometry>
        </mxCell>
        <mxCell id="lg-t4" value="encryption (KMS)" style="text;html=1;align=left;verticalAlign=middle;fontSize=11;fontColor=#333333;" parent="1" vertex="1">
          <mxGeometry x="-1535" y="2680" width="150" height="20" as="geometry" />
        </mxCell>
        <mxCell id="lg-s5" style="endArrow=none;html=1;strokeColor=#9E9E9E;strokeWidth=2;dashed=1;" parent="1" edge="1">
          <mxGeometry relative="1" as="geometry">
            <mxPoint x="-1588" y="2718" as="sourcePoint" />
            <mxPoint x="-1543" y="2718" as="targetPoint" />
          </mxGeometry>
        </mxCell>
        <mxCell id="lg-t5" value="utility (not in run path)" style="text;html=1;align=left;verticalAlign=middle;fontSize=11;fontColor=#333333;" parent="1" vertex="1">
          <mxGeometry x="-1535" y="2708" width="150" height="20" as="geometry" />
        </mxCell>
        <mxCell id="e1" value="invoke" style="edgeStyle=orthogonalEdgeStyle;rounded=0;html=1;strokeColor=#1A2330;strokeWidth=2.5;fontSize=12;" parent="1" source="op" target="ac-runtime" edge="1">
          <mxGeometry relative="1" as="geometry" />
        </mxCell>
        <mxCell id="n1" value="1" style="ellipse;whiteSpace=wrap;html=1;fillColor=#1A2330;fontColor=#FFFFFF;fontSize=12;fontStyle=1;strokeColor=#FFFFFF;strokeWidth=2;" parent="e1" vertex="1" connectable="0">
          <mxGeometry x="-0.6" width="26" height="26" relative="1" as="geometry">
            <mxPoint x="-13" y="-13" as="offset" />
          </mxGeometry>
        </mxCell>
        <mxCell id="e2" value="run crew" style="edgeStyle=orthogonalEdgeStyle;rounded=0;html=1;strokeColor=#1A2330;strokeWidth=2.5;fontSize=12;entryX=0.109;entryY=-0.001;entryDx=0;entryDy=0;entryPerimeter=0;" parent="1" target="crew-box" edge="1">
          <mxGeometry relative="1" as="geometry">
            <mxPoint x="-1218" y="1090" as="sourcePoint" />
            <mxPoint x="-760" y="1070" as="targetPoint" />
            <Array as="points">
              <mxPoint x="-1218" y="780" />
              <mxPoint x="-731" y="780" />
            </Array>
          </mxGeometry>
        </mxCell>
        <mxCell id="n2" value="2" style="ellipse;whiteSpace=wrap;html=1;fillColor=#1A2330;fontColor=#FFFFFF;fontSize=12;fontStyle=1;strokeColor=#FFFFFF;strokeWidth=2;" parent="e2" vertex="1" connectable="0">
          <mxGeometry x="-0.6" width="26" height="26" relative="1" as="geometry">
            <mxPoint x="-13" y="-13" as="offset" />
          </mxGeometry>
        </mxCell>
        <mxCell id="e3" value="resolve IDs" style="edgeStyle=orthogonalEdgeStyle;rounded=0;html=1;strokeColor=#1A2330;strokeWidth=2.5;fontSize=12;" parent="1" source="agent-ids" target="ssm" edge="1">
          <mxGeometry relative="1" as="geometry" />
        </mxCell>
        <mxCell id="n3" value="3" style="ellipse;whiteSpace=wrap;html=1;fillColor=#1A2330;fontColor=#FFFFFF;fontSize=12;fontStyle=1;strokeColor=#FFFFFF;strokeWidth=2;" parent="e3" vertex="1" connectable="0">
          <mxGeometry x="-0.6" width="26" height="26" relative="1" as="geometry">
            <mxPoint x="9" y="49" as="offset" />
          </mxGeometry>
        </mxCell>
        <mxCell id="e4" value="InvokeAgent" style="edgeStyle=orthogonalEdgeStyle;rounded=0;html=1;strokeColor=#1A2330;strokeWidth=2.5;fontSize=12;exitX=1;exitY=0.3;exitDx=0;exitDy=0;entryX=0;entryY=0.4;entryDx=0;entryDy=0;" parent="1" source="agent-researcher" target="br-agent" edge="1">
          <mxGeometry relative="1" as="geometry" />
        </mxCell>
        <mxCell id="n4" value="4" style="ellipse;whiteSpace=wrap;html=1;fillColor=#1A2330;fontColor=#FFFFFF;fontSize=12;fontStyle=1;strokeColor=#FFFFFF;strokeWidth=2;" parent="e4" vertex="1" connectable="0">
          <mxGeometry x="-0.6" width="26" height="26" relative="1" as="geometry">
            <mxPoint x="-13" y="-13" as="offset" />
          </mxGeometry>
        </mxCell>
        <mxCell id="e5" value="retrieve" style="edgeStyle=orthogonalEdgeStyle;rounded=0;html=1;strokeColor=#1A2330;strokeWidth=2.5;fontSize=12;" parent="1" source="br-agent" target="br-kb" edge="1">
          <mxGeometry relative="1" as="geometry">
            <Array as="points">
              <mxPoint x="-30" y="1121" />
              <mxPoint x="-30" y="1120" />
            </Array>
          </mxGeometry>
        </mxCell>
        <mxCell id="n5" value="5" style="ellipse;whiteSpace=wrap;html=1;fillColor=#1A2330;fontColor=#FFFFFF;fontSize=12;fontStyle=1;strokeColor=#FFFFFF;strokeWidth=2;" parent="e5" vertex="1" connectable="0">
          <mxGeometry x="-0.6" width="26" height="26" relative="1" as="geometry">
            <mxPoint x="-13" y="-13" as="offset" />
          </mxGeometry>
        </mxCell>
        <mxCell id="e6" value="query vectors (retrieval-time)" style="edgeStyle=orthogonalEdgeStyle;rounded=0;html=1;strokeColor=#1A2330;strokeWidth=2.5;fontSize=11;entryX=0;entryY=0.35;entryDx=0;entryDy=0;" parent="1" target="aurora" edge="1">
          <mxGeometry relative="1" as="geometry">
            <mxPoint x="160" y="1140" as="sourcePoint" />
            <Array as="points">
              <mxPoint x="300" y="1140" />
              <mxPoint x="300" y="1126" />
              <mxPoint x="310" y="1126" />
              <mxPoint x="310" y="1115" />
            </Array>
          </mxGeometry>
        </mxCell>
        <mxCell id="n6" value="6" style="ellipse;whiteSpace=wrap;html=1;fillColor=#1A2330;fontColor=#FFFFFF;fontSize=12;fontStyle=1;strokeColor=#FFFFFF;strokeWidth=2;" parent="e6" vertex="1" connectable="0">
          <mxGeometry x="-0.6" width="26" height="26" relative="1" as="geometry">
            <mxPoint x="-13" y="-13" as="offset" />
          </mxGeometry>
        </mxCell>
        <mxCell id="e7" value="RAG response&#xa;(trace carries source refs)" style="edgeStyle=orthogonalEdgeStyle;rounded=0;html=1;strokeColor=#1A2330;strokeWidth=2.5;fontSize=11;exitX=0;exitY=0.7;exitDx=0;exitDy=0;entryX=1;entryY=0.75;entryDx=0;entryDy=0;" parent="1" source="br-agent" target="agent-researcher" edge="1">
          <mxGeometry relative="1" as="geometry">
            <Array as="points">
              <mxPoint x="-194" y="1149" />
            </Array>
          </mxGeometry>
        </mxCell>
        <mxCell id="n7" value="7" style="ellipse;whiteSpace=wrap;html=1;fillColor=#1A2330;fontColor=#FFFFFF;fontSize=12;fontStyle=1;strokeColor=#FFFFFF;strokeWidth=2;" parent="e7" vertex="1" connectable="0">
          <mxGeometry x="0.1" width="26" height="26" relative="1" as="geometry">
            <mxPoint x="-105" y="10" as="offset" />
          </mxGeometry>
        </mxCell>
        <mxCell id="e8" value="stage files written (output/*.md)" style="edgeStyle=orthogonalEdgeStyle;rounded=0;html=1;strokeColor=#1A2330;strokeWidth=2.5;fontSize=11;exitX=0;exitY=0.6;exitDx=0;exitDy=0;entryX=0.5;entryY=1;entryDx=0;entryDy=0;" parent="1" source="agent-designer" target="ac-runtime" edge="1">
          <mxGeometry relative="1" as="geometry">
            <Array as="points">
              <mxPoint x="-735" y="1303" />
              <mxPoint x="-820" y="1303" />
              <mxPoint x="-820" y="1050" />
              <mxPoint x="-1218" y="1050" />
              <mxPoint x="-1218" y="1166" />
            </Array>
          </mxGeometry>
        </mxCell>
        <mxCell id="n8" value="8" style="ellipse;whiteSpace=wrap;html=1;fillColor=#1A2330;fontColor=#FFFFFF;fontSize=12;fontStyle=1;strokeColor=#FFFFFF;strokeWidth=2;" parent="e8" vertex="1" connectable="0">
          <mxGeometry x="-0.6" width="26" height="26" relative="1" as="geometry">
            <mxPoint x="-13" y="-13" as="offset" />
          </mxGeometry>
        </mxCell>
        <mxCell id="e9" value="upload output/*.md → reports/{run_id}/" style="edgeStyle=orthogonalEdgeStyle;rounded=0;html=1;strokeColor=#1A2330;strokeWidth=2.5;fontSize=11;exitX=0.5;exitY=1;exitDx=0;exitDy=0;entryX=0.5;entryY=0;entryDx=0;entryDy=0;" parent="1" source="ac-runtime" target="s3-report" edge="1">
          <mxGeometry relative="1" as="geometry" />
        </mxCell>
        <mxCell id="n9" value="9" style="ellipse;whiteSpace=wrap;html=1;fillColor=#1A2330;fontColor=#FFFFFF;fontSize=12;fontStyle=1;strokeColor=#FFFFFF;strokeWidth=2;" parent="e9" vertex="1" connectable="0">
          <mxGeometry x="-0.6" width="26" height="26" relative="1" as="geometry">
            <mxPoint x="-40" y="113" as="offset" />
          </mxGeometry>
        </mxCell>
        <mxCell id="e10" value="operator reads report" style="edgeStyle=orthogonalEdgeStyle;rounded=0;html=1;strokeColor=#1A2330;strokeWidth=2.5;fontSize=12;exitX=0;exitY=0.5;exitDx=0;exitDy=0;entryX=0.5;entryY=1;entryDx=0;entryDy=0;" parent="1" source="s3-report" target="op" edge="1">
          <mxGeometry relative="1" as="geometry">
            <Array as="points">
              <mxPoint x="-1615" y="1358" />
            </Array>
          </mxGeometry>
        </mxCell>
        <mxCell id="n10" value="10" style="ellipse;whiteSpace=wrap;html=1;fillColor=#1A2330;fontColor=#FFFFFF;fontSize=12;fontStyle=1;strokeColor=#FFFFFF;strokeWidth=2;" parent="e10" vertex="1" connectable="0">
          <mxGeometry x="-0.6" width="26" height="26" relative="1" as="geometry">
            <mxPoint x="-13" y="-13" as="offset" />
          </mxGeometry>
        </mxCell>
        <mxCell id="e-validate" value="validate env (first invoke)" style="edgeStyle=orthogonalEdgeStyle;html=1;strokeColor=#9E9E9E;dashed=1;fontSize=10;fontColor=#9E9E9E;" parent="1" source="ac-runtime" target="startup" edge="1">
          <mxGeometry relative="1" as="geometry" />
        </mxCell>
        <mxCell id="e-guard" value="attached guardrail&#xa;(content filter)" style="edgeStyle=orthogonalEdgeStyle;html=1;strokeColor=#DD3522;dashed=1;fontSize=10;" parent="1" edge="1">
          <mxGeometry x="0.4316" y="-6" relative="1" as="geometry">
            <Array as="points">
              <mxPoint x="-150" y="1026" />
              <mxPoint x="-140" y="1026" />
            </Array>
            <mxPoint x="-150" y="900" as="sourcePoint" />
            <mxPoint x="-140" y="1080" as="targetPoint" />
            <mxPoint x="6" y="-6" as="offset" />
          </mxGeometry>
        </mxCell>
        <mxCell id="e-cite" value="utility (not wired in run path)" style="edgeStyle=orthogonalEdgeStyle;html=1;strokeColor=#9E9E9E;dashed=1;fontSize=10;fontColor=#9E9E9E;exitX=0.5;exitY=1;exitDx=0;exitDy=0;entryX=0.5;entryY=0;entryDx=0;entryDy=0;" parent="1" source="agent-researcher" target="citations" edge="1">
          <mxGeometry relative="1" as="geometry" />
        </mxCell>
        <mxCell id="e-kms-report" value="SSE-KMS" style="edgeStyle=orthogonalEdgeStyle;html=1;strokeColor=#DD3522;dashed=1;fontSize=10;exitX=0.5;exitY=1;exitDx=0;exitDy=0;entryX=0.5;entryY=0;entryDx=0;entryDy=0;" parent="1" source="s3-report" target="report-kms" edge="1">
          <mxGeometry relative="1" as="geometry" />
        </mxCell>
        <mxCell id="e-instrument" value="instrument (callbacks)" style="edgeStyle=orthogonalEdgeStyle;html=1;strokeColor=#9E9E9E;dashed=1;fontSize=10;fontColor=#9E9E9E;exitX=0;exitY=0.5;exitDx=0;exitDy=0;entryX=1;entryY=0.5;entryDx=0;entryDy=0;" parent="1" source="crew-box" target="tracing" edge="1">
          <mxGeometry relative="1" as="geometry">
            <Array as="points">
              <mxPoint x="-760" y="1475" />
              <mxPoint x="-750" y="1475" />
              <mxPoint x="-750" y="2270" />
              <mxPoint x="-1012" y="2270" />
            </Array>
          </mxGeometry>
        </mxCell>
        <mxCell id="e-ecr-rt" value="deploy before (image must exist)" style="edgeStyle=orthogonalEdgeStyle;html=1;strokeColor=#ED7100;dashed=1;strokeWidth=2;fontSize=10;exitX=0.75;exitY=0;exitDx=0;exitDy=0;entryX=1;entryY=0.65;entryDx=0;entryDy=0;" parent="1" source="ecr" target="ac-runtime" edge="1">
          <mxGeometry relative="1" as="geometry">
            <Array as="points">
              <mxPoint x="-1180" y="1790" />
              <mxPoint x="-1180" y="1139" />
            </Array>
          </mxGeometry>
        </mxCell>
        <mxCell id="e-s3-ingest" value="OBJECT_CREATED" style="edgeStyle=orthogonalEdgeStyle;html=1;strokeColor=#ED7100;strokeWidth=2;fontSize=10;" parent="1" source="s3-corpus" target="ingest-fn" edge="1">
          <mxGeometry relative="1" as="geometry" />
        </mxCell>
        <mxCell id="e-ingest-kb" value="StartIngestionJob&#xa;(control plane)" style="edgeStyle=orthogonalEdgeStyle;html=1;strokeColor=#ED7100;strokeWidth=2;fontSize=10;exitX=0.5;exitY=0;exitDx=0;exitDy=0;" parent="1" source="ingest-fn" target="br-kb" edge="1">
          <mxGeometry relative="1" as="geometry">
            <Array as="points">
              <mxPoint x="88" y="1822" />
              <mxPoint x="90" y="1822" />
              <mxPoint x="90" y="1630" />
              <mxPoint x="120" y="1630" />
            </Array>
          </mxGeometry>
        </mxCell>
+         <mxCell id="e-ingest-dlq" value="async failure / retries" style="edgeStyle=orthogonalEdgeStyle;html=1;strokeColor=#ED7100;dashed=1;strokeWidth=2;fontSize=10;" parent="1" source="ingest-fn" target="ingest-dlq" edge="1">
+           <mxGeometry relative="1" as="geometry" />
+         </mxCell>
        <mxCell id="e-kb-s3read" value="reads PDFs&#xa;(KB role, ingest)" style="edgeStyle=orthogonalEdgeStyle;html=1;strokeColor=#3F8624;dashed=1;fontSize=10;exitX=0.25;exitY=1;exitDx=0;exitDy=0;entryX=0.5;entryY=0;entryDx=0;entryDy=0;" parent="1" source="br-kb" target="s3-corpus" edge="1">
          <mxGeometry relative="1" as="geometry">
            <Array as="points">
              <mxPoint x="10" y="1176" />
              <mxPoint x="10" y="1440" />
              <mxPoint x="-442" y="1440" />
            </Array>
          </mxGeometry>
        </mxCell>
        <mxCell id="e-kb-aurora-write" value="write vectors (ingest-time)" style="edgeStyle=orthogonalEdgeStyle;html=1;strokeColor=#8C4FFF;strokeWidth=2;fontSize=10;entryX=0.25;entryY=1;entryDx=0;entryDy=0;" parent="1" source="br-kb" edge="1">
          <mxGeometry relative="1" as="geometry">
            <Array as="points">
              <mxPoint x="160" y="1138" />
              <mxPoint x="160" y="1180" />
              <mxPoint x="406" y="1180" />
              <mxPoint x="406" y="1131" />
            </Array>
            <mxPoint x="306" y="1303.4" as="sourcePoint" />
            <mxPoint x="532" y="1131.4" as="targetPoint" />
          </mxGeometry>
        </mxCell>
        <mxCell id="e-pgvec" value="CREATE EXTENSION vector&#xa;(RDS Data API, deploy-time)" style="edgeStyle=orthogonalEdgeStyle;html=1;strokeColor=#ED7100;dashed=1;strokeWidth=2;fontSize=10;exitX=0.5;exitY=0;exitDx=0;exitDy=0;" parent="1" source="pgvector-boot" target="aurora" edge="1">
          <mxGeometry relative="1" as="geometry">
            <Array as="points">
              <mxPoint x="510" y="1842" />
            </Array>
          </mxGeometry>
        </mxCell>
        <mxCell id="e-ckms" value="SSE-KMS" style="edgeStyle=orthogonalEdgeStyle;html=1;strokeColor=#DD3522;dashed=1;fontSize=10;" parent="1" source="s3-corpus" target="corpus-kms" edge="1">
          <mxGeometry relative="1" as="geometry" />
        </mxCell>
        <mxCell id="eobs1" value="EMF metrics" style="edgeStyle=orthogonalEdgeStyle;html=1;strokeColor=#7B1FA2;dashed=1;strokeWidth=2;fontSize=10;" parent="1" source="tracing" target="cw-dash" edge="1">
          <mxGeometry relative="1" as="geometry">
            <Array as="points">
              <mxPoint x="-1117" y="2340" />
              <mxPoint x="-554" y="2340" />
            </Array>
          </mxGeometry>
        </mxCell>
        <mxCell id="eobs2" value="parse thresholds (CDK synth)" style="edgeStyle=orthogonalEdgeStyle;html=1;strokeColor=#7B1FA2;dashed=1;strokeWidth=2;fontSize=10;" parent="1" source="slos-doc" target="cw-alarms" edge="1">
          <mxGeometry relative="1" as="geometry">
            <Array as="points">
              <mxPoint x="-260" y="2310" />
              <mxPoint x="-374" y="2310" />
            </Array>
          </mxGeometry>
        </mxCell>
        <mxCell id="eobs3" value="model invocation logs" style="edgeStyle=orthogonalEdgeStyle;html=1;strokeColor=#7B1FA2;dashed=1;strokeWidth=2;fontSize=10;exitX=1;exitY=0.8;exitDx=0;exitDy=0;entryX=0.5;entryY=0;entryDx=0;entryDy=0;" parent="1" source="br-agent" target="mil" edge="1">
          <mxGeometry relative="1" as="geometry">
            <Array as="points">
              <mxPoint x="-118" y="1426" />
              <mxPoint x="-120" y="1426" />
              <mxPoint x="-120" y="2130" />
              <mxPoint x="-118" y="2130" />
              <mxPoint x="-118" y="2162" />
            </Array>
          </mxGeometry>
        </mxCell>
        <mxCell id="eobs4" value="container logs (stdout)" style="edgeStyle=orthogonalEdgeStyle;html=1;strokeColor=#7B1FA2;dashed=1;strokeWidth=2;fontSize=10;exitX=1;exitY=0.7;exitDx=0;exitDy=0;" parent="1" source="ac-runtime" target="ac-obs" edge="1">
          <mxGeometry relative="1" as="geometry">
            <Array as="points">
              <mxPoint x="-1085" y="1143" />
              <mxPoint x="-1085" y="2125" />
            </Array>
          </mxGeometry>
        </mxCell>
+         <mxCell id="eobs5" value="alarm actions" style="edgeStyle=orthogonalEdgeStyle;html=1;strokeColor=#7B1FA2;dashed=1;strokeWidth=2;fontSize=10;" parent="1" source="cw-alarms" target="sns-topic" edge="1">
+           <mxGeometry relative="1" as="geometry" />
+         </mxCell>
+         <mxCell id="eobs6" value="ingest alarms / failure events" style="edgeStyle=orthogonalEdgeStyle;html=1;strokeColor=#7B1FA2;dashed=1;strokeWidth=2;fontSize=10;" parent="1" source="ingest-dlq" target="sns-topic" edge="1">
+           <mxGeometry relative="1" as="geometry">
+             <Array as="points">
+               <mxPoint x="293" y="2120" />
+               <mxPoint x="116" y="2120" />
+             </Array>
+           </mxGeometry>
+         </mxCell>
      </root>
    </mxGraphModel>
  </diagram>
</mxfile>
